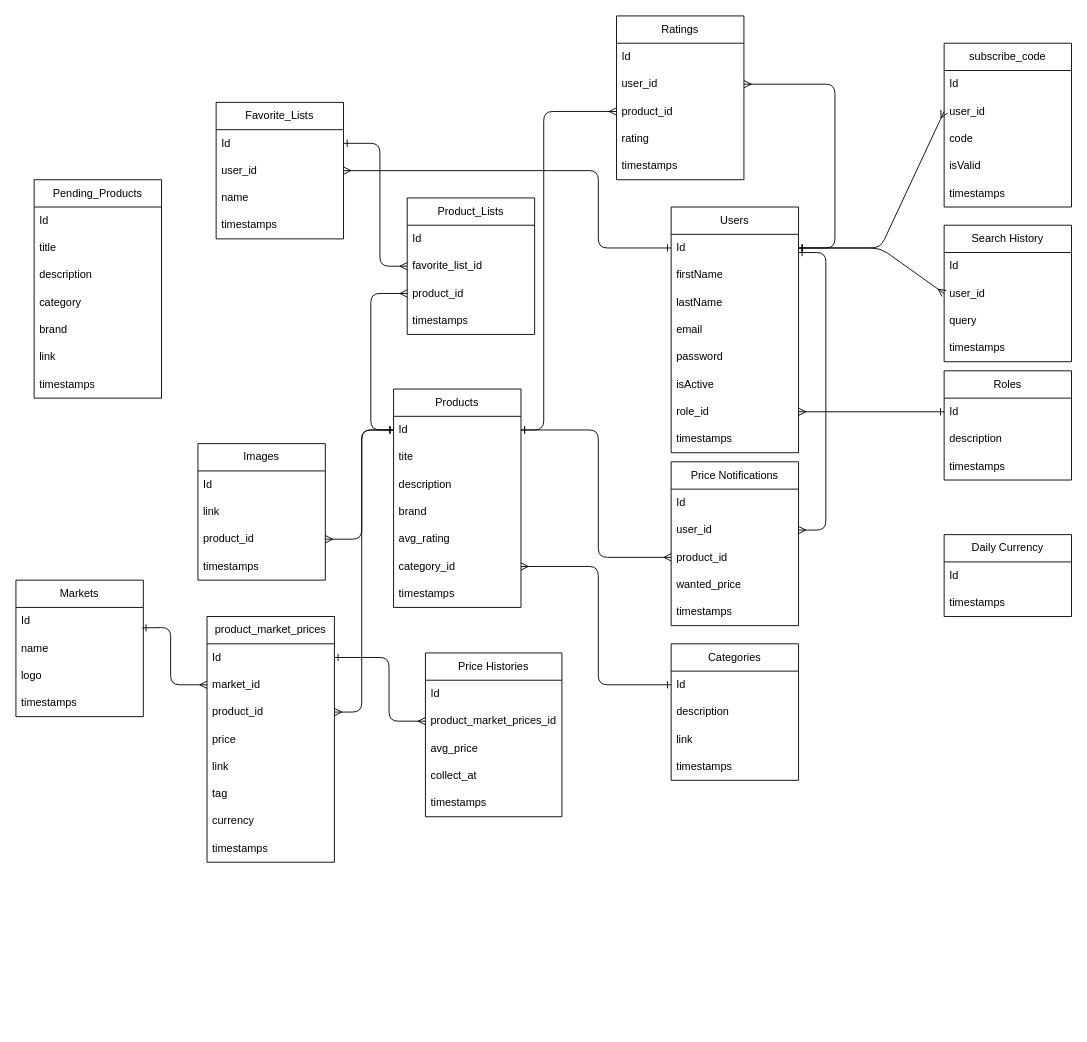
Earlier version of the draw.io diagram Planning/DbStructure.drawio (ClaudioRSGit/Webscraper). Source tidied: cells renumbered, new cells numbered last; positions are measured from the earlier drawing's top-left corner, leaving out a move shared by most shapes. Both pictures are drawn from the tidied source at 91%, with x=0, y=0 at pixel (15, 15).
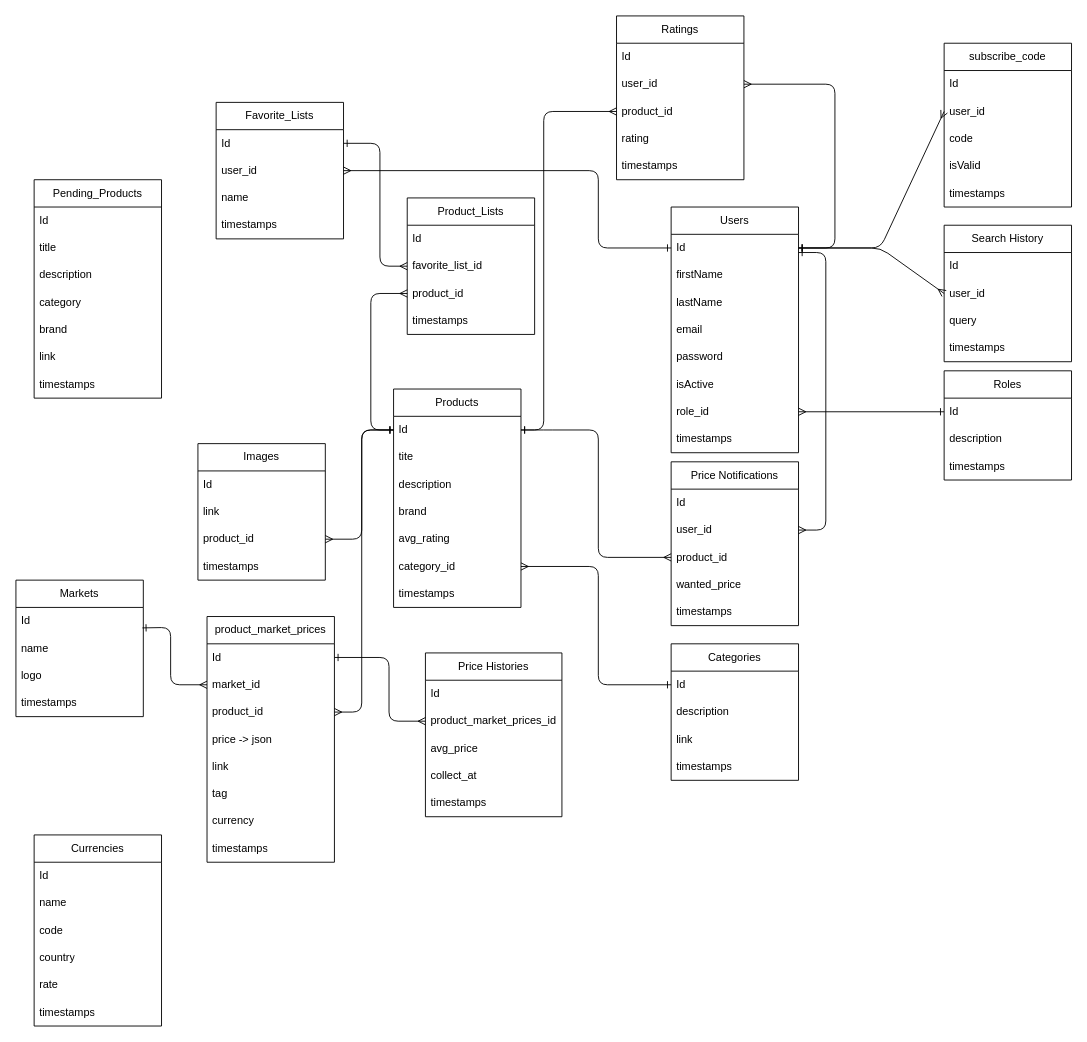
After the change.

The change refers to these unchanged cells:
```xml
<mxCell id="84" value="product_market_prices" style="swimlane;fontStyle=0;horizontal=1;startSize=30;whiteSpace=wrap;html=1;" parent="1" vertex="1">
  <mxGeometry x="210" y="660" width="140" height="270" as="geometry" />
</mxCell>
```

Change to the diagram source:
```diff
@@
-    <mxCell id="88" value="price" style="text;strokeColor=none;fillColor=none;align=left;verticalAlign=middle;spacingLeft=4;spacingRight=4;overflow=hidden;whiteSpace=wrap;html=1;" parent="84" vertex="1">
+    <mxCell id="88" value="price -&amp;gt; json" style="text;strokeColor=none;fillColor=none;align=left;verticalAlign=middle;spacingLeft=4;spacingRight=4;overflow=hidden;whiteSpace=wrap;html=1;" parent="84" vertex="1">
       <mxGeometry y="120" width="140" height="30" as="geometry" />
     </mxCell>
@@
-    <mxCell id="109" value="Daily Currency" style="swimlane;fontStyle=0;horizontal=1;startSize=30;whiteSpace=wrap;html=1;" parent="1" vertex="1">
-      <mxGeometry x="1020" y="570" width="140" height="90" as="geometry" />
+    <mxCell id="109" value="&lt;p&gt;Currencies&lt;/p&gt;" style="swimlane;fontStyle=0;horizontal=1;startSize=30;whiteSpace=wrap;html=1;" parent="1" vertex="1">
+      <mxGeometry x="20" y="900" width="140" height="210" as="geometry" />
     </mxCell>
+    <mxCell id="112" value="Id" style="text;strokeColor=none;fillColor=none;align=left;verticalAlign=middle;spacingLeft=4;spacingRight=4;overflow=hidden;whiteSpace=wrap;html=1;" parent="109" vertex="1">
+      <mxGeometry y="30" width="140" height="30" as="geometry" />
+    </mxCell>
+    <mxCell id="113" value="name" style="text;strokeColor=none;fillColor=none;align=left;verticalAlign=middle;spacingLeft=4;spacingRight=4;overflow=hidden;whiteSpace=wrap;html=1;" parent="109" vertex="1">
+      <mxGeometry y="60" width="140" height="30" as="geometry" />
+    </mxCell>
+    <mxCell id="114" value="code" style="text;strokeColor=none;fillColor=none;align=left;verticalAlign=middle;spacingLeft=4;spacingRight=4;overflow=hidden;whiteSpace=wrap;html=1;" parent="109" vertex="1">
+      <mxGeometry y="90" width="140" height="30" as="geometry" />
+    </mxCell>
+    <mxCell id="115" value="country" style="text;strokeColor=none;fillColor=none;align=left;verticalAlign=middle;spacingLeft=4;spacingRight=4;overflow=hidden;whiteSpace=wrap;html=1;" parent="109" vertex="1">
+      <mxGeometry y="120" width="140" height="30" as="geometry" />
+    </mxCell>
-    <mxCell id="110" value="Id" style="text;strokeColor=none;fillColor=none;align=left;verticalAlign=middle;spacingLeft=4;spacingRight=4;overflow=hidden;whiteSpace=wrap;html=1;" parent="109" vertex="1">
-      <mxGeometry y="30" width="140" height="30" as="geometry" />
+    <mxCell id="110" value="rate" style="text;strokeColor=none;fillColor=none;align=left;verticalAlign=middle;spacingLeft=4;spacingRight=4;overflow=hidden;whiteSpace=wrap;html=1;" parent="109" vertex="1">
+      <mxGeometry y="150" width="140" height="30" as="geometry" />
     </mxCell>
     <mxCell id="111" value="timestamps" style="text;strokeColor=none;fillColor=none;align=left;verticalAlign=middle;spacingLeft=4;spacingRight=4;overflow=hidden;whiteSpace=wrap;html=1;" parent="109" vertex="1">
-      <mxGeometry y="60" width="140" height="30" as="geometry" />
+      <mxGeometry y="180" width="140" height="30" as="geometry" />
     </mxCell>
```
